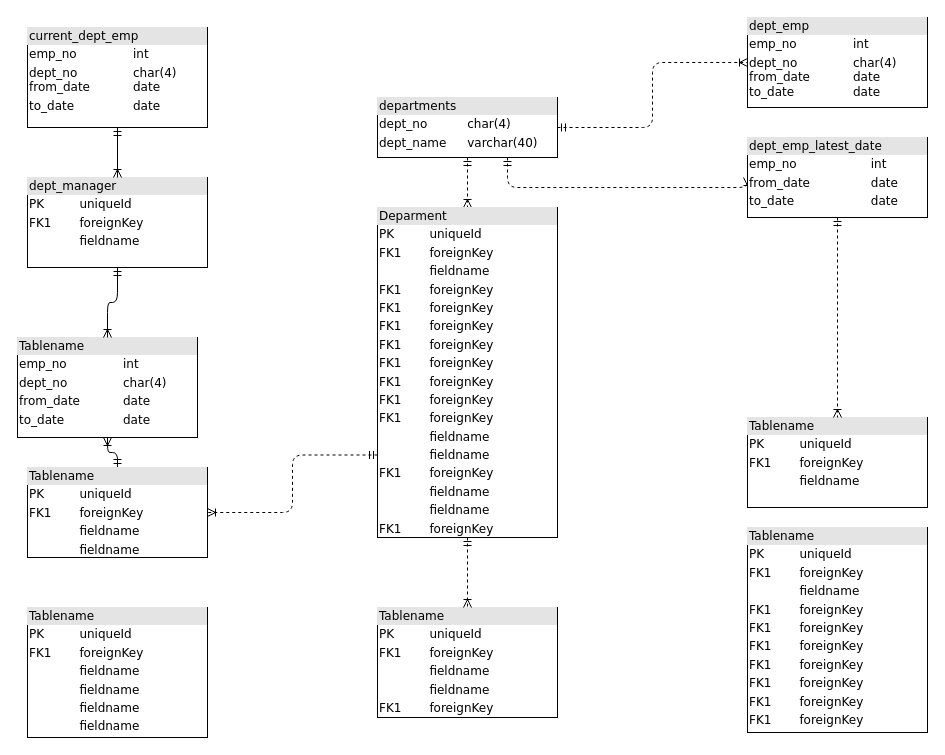
Earlier version of the draw.io diagram act2/Untitled Diagram.drawio (DemiurgeApeiron/A01028325-InternetOfThings). Source tidied: cells renumbered, new cells numbered last; positions are measured from the earlier drawing's top-left corner, leaving out a move shared by most shapes. Both pictures are drawn from the tidied source at 100%, with x=0, y=0 at pixel (17, 17).
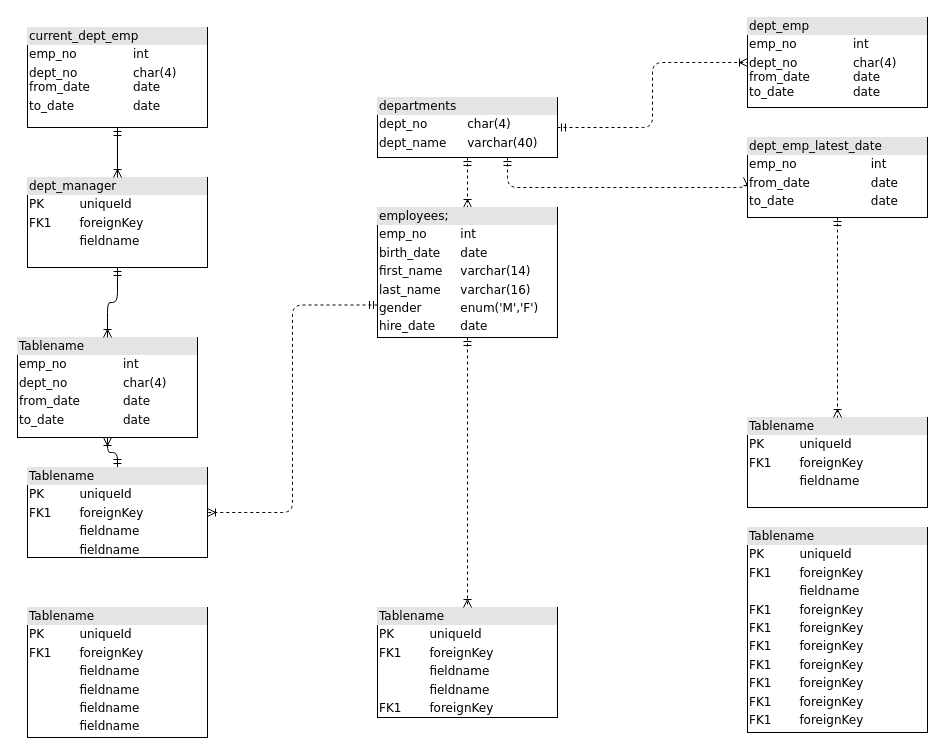
The same diagram, later.

The edit, as a diff of the source:
```diff
@@
-    <mxCell id="16" value="&lt;div style=&quot;box-sizing: border-box ; width: 100% ; background: #e4e4e4 ; padding: 2px&quot;&gt;Deparment&lt;/div&gt;&lt;table style=&quot;width: 100% ; font-size: 1em&quot; cellspacing=&quot;0&quot; cellpadding=&quot;2&quot;&gt;&lt;tbody&gt;&lt;tr&gt;&lt;td&gt;PK&lt;/td&gt;&lt;td&gt;uniqueId&lt;/td&gt;&lt;/tr&gt;&lt;tr&gt;&lt;td&gt;FK1&lt;/td&gt;&lt;td&gt;foreignKey&lt;/td&gt;&lt;/tr&gt;&lt;tr&gt;&lt;td&gt;&lt;br&gt;&lt;/td&gt;&lt;td&gt;fieldname&lt;/td&gt;&lt;/tr&gt;&lt;tr&gt;&lt;td&gt;FK1&lt;br&gt;&lt;/td&gt;&lt;td&gt;foreignKey&lt;br&gt;&lt;/td&gt;&lt;/tr&gt;&lt;tr&gt;&lt;td&gt;FK1&lt;br&gt;&lt;/td&gt;&lt;td&gt;foreignKey&lt;br&gt;&lt;/td&gt;&lt;/tr&gt;&lt;tr&gt;&lt;td&gt;FK1&lt;br&gt;&lt;/td&gt;&lt;td&gt;foreignKey&lt;br&gt;&lt;/td&gt;&lt;/tr&gt;&lt;tr&gt;&lt;td&gt;FK1&lt;br&gt;&lt;/td&gt;&lt;td&gt;foreignKey&lt;br&gt;&lt;/td&gt;&lt;/tr&gt;&lt;tr&gt;&lt;td&gt;FK1&lt;br&gt;&lt;/td&gt;&lt;td&gt;foreignKey&lt;br&gt;&lt;/td&gt;&lt;/tr&gt;&lt;tr&gt;&lt;td&gt;FK1&lt;br&gt;&lt;/td&gt;&lt;td&gt;foreignKey&lt;br&gt;&lt;/td&gt;&lt;/tr&gt;&lt;tr&gt;&lt;td&gt;FK1&lt;br&gt;&lt;/td&gt;&lt;td&gt;foreignKey&lt;br&gt;&lt;/td&gt;&lt;/tr&gt;&lt;tr&gt;&lt;td&gt;FK1&lt;br&gt;&lt;/td&gt;&lt;td&gt;foreignKey&lt;br&gt;&lt;/td&gt;&lt;/tr&gt;&lt;tr&gt;&lt;td&gt;&lt;br&gt;&lt;/td&gt;&lt;td&gt;fieldname&lt;br&gt;&lt;/td&gt;&lt;/tr&gt;&lt;tr&gt;&lt;td&gt;&lt;br&gt;&lt;/td&gt;&lt;td&gt;fieldname&lt;br&gt;&lt;/td&gt;&lt;/tr&gt;&lt;tr&gt;&lt;td&gt;FK1&lt;br&gt;&lt;/td&gt;&lt;td&gt;foreignKey&lt;br&gt;&lt;/td&gt;&lt;/tr&gt;&lt;tr&gt;&lt;td&gt;&lt;br&gt;&lt;/td&gt;&lt;td&gt;fieldname&lt;br&gt;&lt;/td&gt;&lt;/tr&gt;&lt;tr&gt;&lt;td&gt;&lt;br&gt;&lt;/td&gt;&lt;td&gt;fieldname&lt;br&gt;&lt;/td&gt;&lt;/tr&gt;&lt;tr&gt;&lt;td&gt;FK1&lt;br&gt;&lt;/td&gt;&lt;td&gt;foreignKey&lt;br&gt;&lt;/td&gt;&lt;/tr&gt;&lt;/tbody&gt;&lt;/table&gt;" style="verticalAlign=top;align=left;overflow=fill;html=1;rounded=0;shadow=0;comic=0;labelBackgroundColor=none;strokeWidth=1;fontFamily=Verdana;fontSize=12;" parent="1" vertex="1">
-      <mxGeometry x="360" y="190" width="180" height="330" as="geometry" />
+    <mxCell id="16" value="&lt;div style=&quot;box-sizing: border-box ; width: 100% ; background: #e4e4e4 ; padding: 2px&quot;&gt;employees;&lt;/div&gt;&lt;table style=&quot;width: 100% ; font-size: 1em&quot; cellspacing=&quot;0&quot; cellpadding=&quot;2&quot;&gt;&lt;tbody&gt;&lt;tr&gt;&lt;td&gt;emp_no&lt;/td&gt;&lt;td&gt;int&lt;/td&gt;&lt;/tr&gt;&lt;tr&gt;&lt;td&gt;birth_date&lt;/td&gt;&lt;td&gt;date&lt;/td&gt;&lt;/tr&gt;&lt;tr&gt;&lt;td&gt;first_name&lt;br&gt;&lt;/td&gt;&lt;td&gt;varchar(14)&lt;/td&gt;&lt;/tr&gt;&lt;tr&gt;&lt;td&gt;last_name&lt;br&gt;&lt;/td&gt;&lt;td&gt;varchar(16)&lt;br&gt;&lt;/td&gt;&lt;/tr&gt;&lt;tr&gt;&lt;td&gt;gender&lt;br&gt;&lt;/td&gt;&lt;td&gt;enum('M','F')&lt;br&gt;&lt;/td&gt;&lt;/tr&gt;&lt;tr&gt;&lt;td&gt;hire_date&lt;br&gt;&lt;/td&gt;&lt;td&gt;date&lt;br&gt;&lt;/td&gt;&lt;/tr&gt;&lt;tr&gt;&lt;td&gt;&lt;br&gt;&lt;/td&gt;&lt;td&gt;&lt;br&gt;&lt;/td&gt;&lt;/tr&gt;&lt;tr&gt;&lt;td&gt;&lt;br&gt;&lt;/td&gt;&lt;td&gt;&lt;br&gt;&lt;/td&gt;&lt;/tr&gt;&lt;tr&gt;&lt;td&gt;&lt;br&gt;&lt;/td&gt;&lt;td&gt;&lt;br&gt;&lt;/td&gt;&lt;/tr&gt;&lt;tr&gt;&lt;td&gt;&lt;br&gt;&lt;/td&gt;&lt;td&gt;&lt;br&gt;&lt;/td&gt;&lt;/tr&gt;&lt;tr&gt;&lt;td&gt;&lt;br&gt;&lt;/td&gt;&lt;td&gt;&lt;br&gt;&lt;/td&gt;&lt;/tr&gt;&lt;tr&gt;&lt;td&gt;&lt;br&gt;&lt;/td&gt;&lt;td&gt;&lt;br&gt;&lt;/td&gt;&lt;/tr&gt;&lt;tr&gt;&lt;td&gt;&lt;br&gt;&lt;/td&gt;&lt;td&gt;&lt;br&gt;&lt;/td&gt;&lt;/tr&gt;&lt;tr&gt;&lt;td&gt;&lt;br&gt;&lt;/td&gt;&lt;td&gt;&lt;br&gt;&lt;/td&gt;&lt;/tr&gt;&lt;tr&gt;&lt;td&gt;&lt;br&gt;&lt;/td&gt;&lt;td&gt;&lt;br&gt;&lt;/td&gt;&lt;/tr&gt;&lt;tr&gt;&lt;td&gt;&lt;br&gt;&lt;/td&gt;&lt;td&gt;&lt;br&gt;&lt;/td&gt;&lt;/tr&gt;&lt;tr&gt;&lt;td&gt;&lt;br&gt;&lt;/td&gt;&lt;td&gt;&lt;br&gt;&lt;/td&gt;&lt;/tr&gt;&lt;/tbody&gt;&lt;/table&gt;" style="verticalAlign=top;align=left;overflow=fill;html=1;rounded=0;shadow=0;comic=0;labelBackgroundColor=none;strokeWidth=1;fontFamily=Verdana;fontSize=12;" parent="1" vertex="1">
+      <mxGeometry x="360" y="190" width="180" height="130" as="geometry" />
     </mxCell>
```
